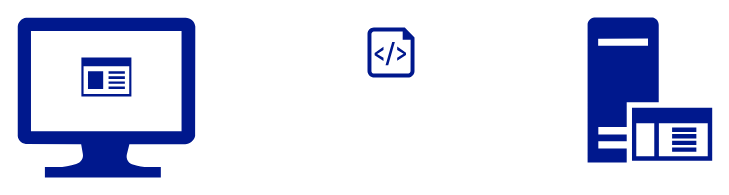
Before: diagrams/figure12-1.drawio in chrisminnick/react-js-foundations, a draw.io diagram. Source tidied: cells renumbered, new cells numbered last; positions are measured from the earlier drawing's top-left corner, leaving out a move shared by most shapes. Both pictures are drawn from the tidied source at 100%, with x=0, y=0 at pixel (17, 17).
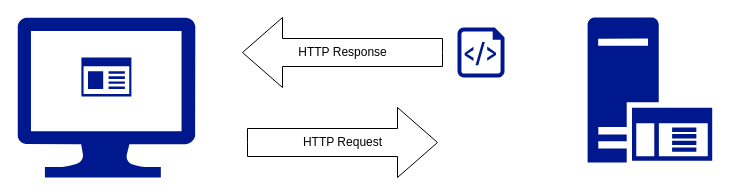
After the change.

Change to the diagram source:
```diff
@@
 <mxGraphModel>
   <root>
     <mxCell id="0" />
     <mxCell id="1" parent="0" />
     <mxCell id="2" style="shadow=0;dashed=0;html=1;strokeColor=none;labelPosition=center;verticalLabelPosition=bottom;verticalAlign=top;align=center;fillColor=#00188D;shape=mxgraph.azure.script_file;" parent="1" vertex="1">
-      <mxGeometry x="350" y="10" width="47" height="50" as="geometry" />
+      <mxGeometry x="440" y="10" width="47" height="50" as="geometry" />
     </mxCell>
     <mxCell id="3" style="shadow=0;dashed=0;html=1;strokeColor=none;labelPosition=center;verticalLabelPosition=bottom;verticalAlign=top;align=center;fillColor=#00188D;shape=mxgraph.mscae.enterprise.app_generic;" parent="1" vertex="1">
       <mxGeometry x="63.9" y="40" width="50" height="39" as="geometry" />
     </mxCell>
     <mxCell id="4" style="shadow=0;dashed=0;html=1;strokeColor=none;labelPosition=center;verticalLabelPosition=bottom;verticalAlign=top;align=center;fillColor=#00188D;shape=mxgraph.mscae.enterprise.application_server;" parent="1" vertex="1">
       <mxGeometry x="570" width="124.7" height="145" as="geometry" />
     </mxCell>
     <mxCell id="5" style="shadow=0;dashed=0;html=1;strokeColor=none;labelPosition=center;verticalLabelPosition=bottom;verticalAlign=top;align=center;fillColor=#00188D;shape=mxgraph.azure.computer;" parent="1" vertex="1">
       <mxGeometry width="177.8" height="160" as="geometry" />
     </mxCell>
+    <mxCell id="6" value="HTTP Request" style="html=1;shadow=0;dashed=0;align=center;verticalAlign=middle;shape=mxgraph.arrows2.arrow;dy=0.6;dx=40;notch=0;" parent="1" vertex="1">
+      <mxGeometry x="230" y="90" width="190" height="70" as="geometry" />
+    </mxCell>
+    <mxCell id="7" value="HTTP Response" style="html=1;shadow=0;dashed=0;align=center;verticalAlign=middle;shape=mxgraph.arrows2.arrow;dy=0.6;dx=40;flipH=1;notch=0;" parent="1" vertex="1">
+      <mxGeometry x="225" width="200" height="70" as="geometry" />
+    </mxCell>
   </root>
 </mxGraphModel>
```
